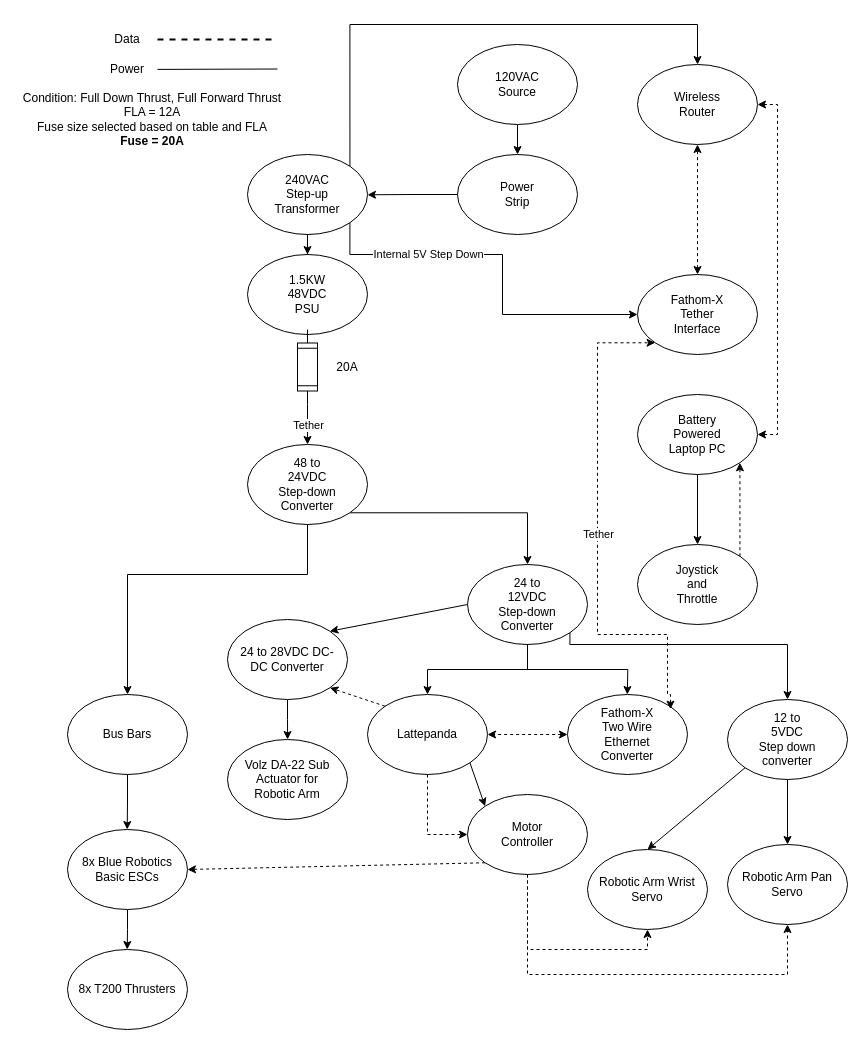
Before: Untitled Diagram.drawio in markt006/MATEROVSIDS, a draw.io diagram. Source tidied: cells renumbered, new cells numbered last; positions are measured from the earlier drawing's top-left corner, leaving out a move shared by most shapes. Both pictures are drawn from the tidied source at 100%, with x=0, y=0 at pixel (17, 24).
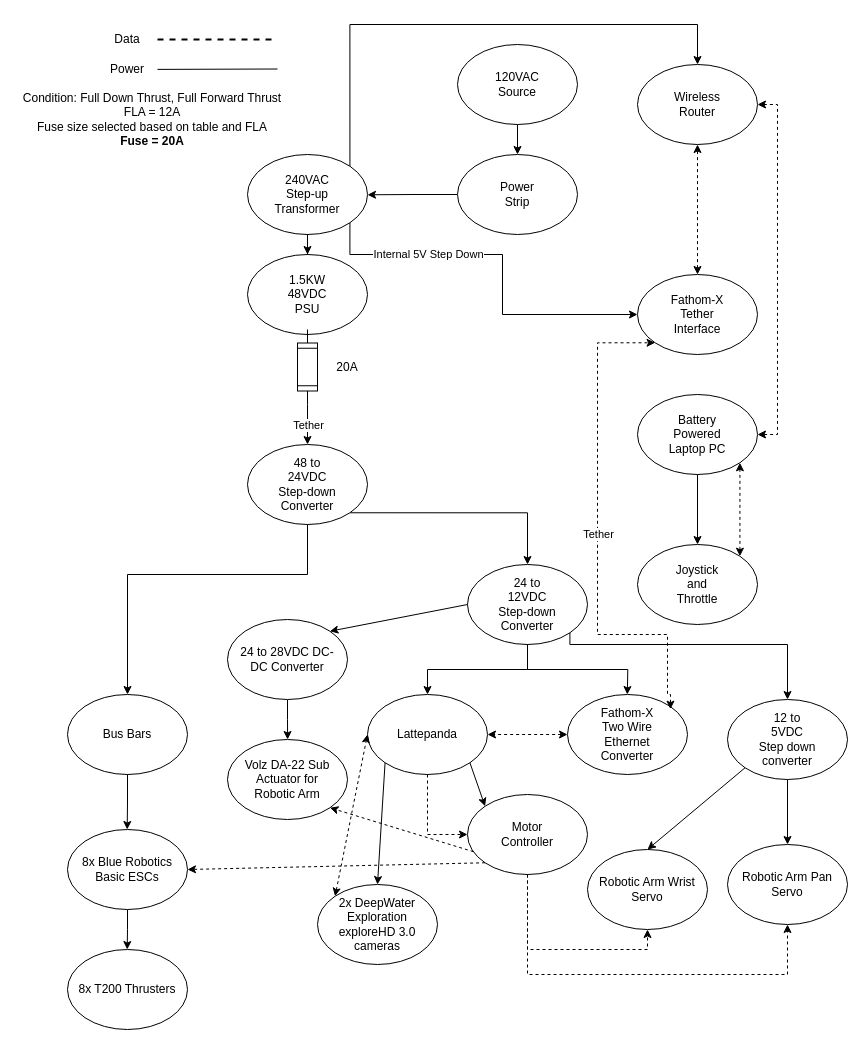
The same diagram, later.

Unchanged cells that the change refers to:
```xml
<mxCell id="14" style="ellipse;whiteSpace=wrap;html=1;" parent="13" vertex="1">
  <mxGeometry width="120" height="80" as="geometry" />
</mxCell>
<mxCell id="27" style="ellipse;whiteSpace=wrap;html=1;" parent="26" vertex="1">
  <mxGeometry width="120" height="80" as="geometry" />
</mxCell>
<mxCell id="40" style="group;" parent="1" vertex="1">
  <mxGeometry x="230" y="420" width="460" height="550" as="geometry" />
</mxCell>
<mxCell id="52" style="ellipse;whiteSpace=wrap;html=1;" parent="51" vertex="1">
  <mxGeometry width="120" height="80" as="geometry" />
</mxCell>
<mxCell id="57" style="ellipse;whiteSpace=wrap;html=1;" parent="56" vertex="1">
  <mxGeometry width="120" height="80" as="geometry" />
</mxCell>
<mxCell id="68" style="ellipse;whiteSpace=wrap;html=1;" parent="66" vertex="1">
  <mxGeometry width="120" height="80" as="geometry" />
</mxCell>
<mxCell id="71" style="ellipse;whiteSpace=wrap;html=1;" parent="70" vertex="1">
  <mxGeometry width="120" height="80" as="geometry" />
</mxCell>
```

Diff of the diagram source:
```diff
@@
-    <mxCell id="74" style="rounded=0;jettySize=auto;html=1;exitX=0;exitY=0;exitDx=0;exitDy=0;entryX=1;entryY=1;entryDx=0;entryDy=0;dashed=1;" parent="40" edge="1" source="52" target="68">
-      <mxGeometry relative="1" as="geometry" />
-    </mxCell>
+    <mxCell id="108" style="rounded=0;jettySize=auto;html=1;exitX=0;exitY=0;exitDx=0;exitDy=0;entryX=0;entryY=0.5;entryDx=0;entryDy=0;dashed=1;startArrow=classic;startFill=1;" parent="40" edge="1" source="109" target="52">
+      <mxGeometry relative="1" as="geometry" />
+    </mxCell>
+    <mxCell id="109" value="&lt;div&gt;2x DeepWater Exploration exploreHD 3.0 cameras&lt;/div&gt;" style="ellipse;whiteSpace=wrap;html=1;" parent="40" vertex="1">
+      <mxGeometry x="70" y="440" width="120" height="80" as="geometry" />
+    </mxCell>
+    <mxCell id="110" style="rounded=0;jettySize=auto;html=1;exitX=0;exitY=1;exitDx=0;exitDy=0;entryX=0.5;entryY=0;entryDx=0;entryDy=0;" parent="40" edge="1" source="52" target="109">
+      <mxGeometry relative="1" as="geometry" />
+    </mxCell>
+    <mxCell id="111" style="rounded=0;jettySize=auto;html=1;exitX=0.05;exitY=0.715;exitDx=0;exitDy=0;entryX=1;entryY=1;entryDx=0;entryDy=0;dashed=1;exitPerimeter=0;" parent="40" edge="1" source="57" target="71">
+      <mxGeometry relative="1" as="geometry" />
+    </mxCell>
@@
-    <mxCell id="107" style="edgeStyle=orthogonalEdgeStyle;rounded=0;jettySize=auto;html=1;exitX=1;exitY=0;exitDx=0;exitDy=0;entryX=1;entryY=1;entryDx=0;entryDy=0;dashed=1;" parent="1" edge="1" source="27" target="14">
+    <mxCell id="107" style="edgeStyle=orthogonalEdgeStyle;rounded=0;jettySize=auto;html=1;exitX=1;exitY=0;exitDx=0;exitDy=0;entryX=1;entryY=1;entryDx=0;entryDy=0;dashed=1;startArrow=classic;startFill=1;" parent="1" edge="1" source="27" target="14">
       <mxGeometry relative="1" as="geometry" />
     </mxCell>
```
